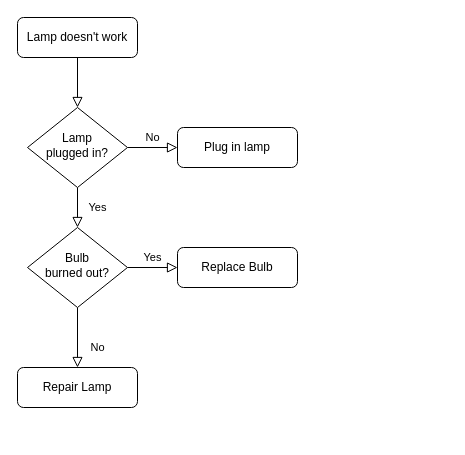
Earlier version of the draw.io diagram Untitled Diagram.drawio (Tay0z/sensoryOverload). Source tidied: cells renumbered, new cells numbered last; positions are measured from the earlier drawing's top-left corner, leaving out a move shared by most shapes. Both pictures are drawn from the tidied source at 100%, with x=0, y=0 at pixel (17, 17).
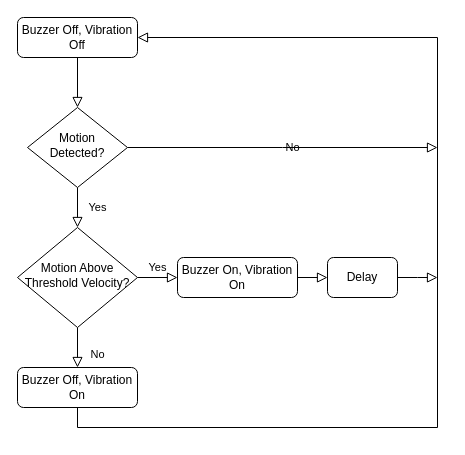
The same page after the edit.

The edit, as a diff of the source:
```diff
@@
 <mxGraphModel>
   <root>
     <mxCell id="0" />
     <mxCell id="1" parent="0" />
     <mxCell id="2" style="rounded=0;html=1;jettySize=auto;fontSize=11;endArrow=block;endFill=0;endSize=8;strokeWidth=1;shadow=0;labelBackgroundColor=none;edgeStyle=orthogonalEdgeStyle;" parent="1" edge="1" source="3" target="6">
       <mxGeometry relative="1" as="geometry" />
     </mxCell>
-    <mxCell id="3" value="Lamp doesn't work" style="rounded=1;whiteSpace=wrap;html=1;fontSize=12;glass=0;strokeWidth=1;shadow=0;" parent="1" vertex="1">
+    <mxCell id="3" value="Buzzer Off, Vibration Off" style="rounded=1;whiteSpace=wrap;html=1;fontSize=12;glass=0;strokeWidth=1;shadow=0;" parent="1" vertex="1">
       <mxGeometry width="120" height="40" as="geometry" />
     </mxCell>
     <mxCell id="4" value="Yes" style="rounded=0;html=1;jettySize=auto;fontSize=11;endArrow=block;endFill=0;endSize=8;strokeWidth=1;shadow=0;labelBackgroundColor=none;edgeStyle=orthogonalEdgeStyle;" parent="1" edge="1" source="6" target="10">
       <mxGeometry y="20" relative="1" as="geometry" />
     </mxCell>
-    <mxCell id="5" value="No" style="edgeStyle=orthogonalEdgeStyle;rounded=0;html=1;jettySize=auto;fontSize=11;endArrow=block;endFill=0;endSize=8;strokeWidth=1;shadow=0;labelBackgroundColor=none;" parent="1" edge="1" source="6" target="7">
-      <mxGeometry y="10" relative="1" as="geometry" />
+    <mxCell id="5" value="No" style="edgeStyle=orthogonalEdgeStyle;rounded=0;html=1;jettySize=auto;fontSize=11;endArrow=block;endFill=0;endSize=8;strokeWidth=1;shadow=0;labelBackgroundColor=none;" parent="1" edge="1" source="6">
+      <mxGeometry y="10" relative="1" as="geometry">
+        <mxPoint x="420" y="130" as="targetPoint" />
+      </mxGeometry>
     </mxCell>
-    <mxCell id="6" value="Lamp&lt;br&gt;plugged in?" style="rhombus;whiteSpace=wrap;html=1;shadow=0;fontFamily=Helvetica;fontSize=12;align=center;strokeWidth=1;spacing=6;spacingTop=-4;" parent="1" vertex="1">
+    <mxCell id="6" value="Motion Detected?" style="rhombus;whiteSpace=wrap;html=1;shadow=0;fontFamily=Helvetica;fontSize=12;align=center;strokeWidth=1;spacing=6;spacingTop=-4;" parent="1" vertex="1">
       <mxGeometry x="10" y="90" width="100" height="80" as="geometry" />
     </mxCell>
-    <mxCell id="7" value="Plug in lamp" style="rounded=1;whiteSpace=wrap;html=1;fontSize=12;glass=0;strokeWidth=1;shadow=0;" parent="1" vertex="1">
-      <mxGeometry x="160" y="110" width="120" height="40" as="geometry" />
-    </mxCell>
     <mxCell id="8" value="No" style="rounded=0;html=1;jettySize=auto;fontSize=11;endArrow=block;endFill=0;endSize=8;strokeWidth=1;shadow=0;labelBackgroundColor=none;edgeStyle=orthogonalEdgeStyle;" parent="1" edge="1" source="10" target="11">
       <mxGeometry x="0.33" y="20" relative="1" as="geometry" />
     </mxCell>
     <mxCell id="9" value="Yes" style="edgeStyle=orthogonalEdgeStyle;rounded=0;html=1;jettySize=auto;fontSize=11;endArrow=block;endFill=0;endSize=8;strokeWidth=1;shadow=0;labelBackgroundColor=none;" parent="1" edge="1" source="10" target="12">
       <mxGeometry y="10" relative="1" as="geometry" />
     </mxCell>
-    <mxCell id="10" value="Bulb&lt;br&gt;burned out?" style="rhombus;whiteSpace=wrap;html=1;shadow=0;fontFamily=Helvetica;fontSize=12;align=center;strokeWidth=1;spacing=6;spacingTop=-4;" parent="1" vertex="1">
-      <mxGeometry x="10" y="210" width="100" height="80" as="geometry" />
+    <mxCell id="10" value="Motion Above Threshold Velocity?" style="rhombus;whiteSpace=wrap;html=1;shadow=0;fontFamily=Helvetica;fontSize=12;align=center;strokeWidth=1;spacing=6;spacingTop=-4;" parent="1" vertex="1">
+      <mxGeometry y="210" width="120" height="100" as="geometry" />
     </mxCell>
-    <mxCell id="11" value="Repair Lamp" style="rounded=1;whiteSpace=wrap;html=1;fontSize=12;glass=0;strokeWidth=1;shadow=0;" parent="1" vertex="1">
+    <mxCell id="11" value="Buzzer Off, Vibration On" style="rounded=1;whiteSpace=wrap;html=1;fontSize=12;glass=0;strokeWidth=1;shadow=0;" parent="1" vertex="1">
       <mxGeometry y="350" width="120" height="40" as="geometry" />
     </mxCell>
-    <mxCell id="12" value="Replace Bulb" style="rounded=1;whiteSpace=wrap;html=1;fontSize=12;glass=0;strokeWidth=1;shadow=0;" parent="1" vertex="1">
-      <mxGeometry x="160" y="230" width="120" height="40" as="geometry" />
+    <mxCell id="12" value="Buzzer On, Vibration On" style="rounded=1;whiteSpace=wrap;html=1;fontSize=12;glass=0;strokeWidth=1;shadow=0;" parent="1" vertex="1">
+      <mxGeometry x="160" y="240" width="120" height="40" as="geometry" />
     </mxCell>
+    <mxCell id="13" style="rounded=0;html=1;jettySize=auto;fontSize=11;endArrow=block;endFill=0;endSize=8;strokeWidth=1;shadow=0;labelBackgroundColor=none;edgeStyle=orthogonalEdgeStyle;exitX=0.5;exitY=1;exitDx=0;exitDy=0;entryX=1;entryY=0.5;entryDx=0;entryDy=0;" parent="1" edge="1" source="11" target="3">
+      <mxGeometry relative="1" as="geometry">
+        <Array as="points">
+          <mxPoint x="60" y="410" />
+          <mxPoint x="420" y="410" />
+          <mxPoint x="420" y="20" />
+        </Array>
+      </mxGeometry>
+    </mxCell>
+    <mxCell id="14" style="rounded=0;html=1;jettySize=auto;fontSize=11;endArrow=block;endFill=0;endSize=8;strokeWidth=1;shadow=0;labelBackgroundColor=none;edgeStyle=orthogonalEdgeStyle;exitX=1;exitY=0.5;exitDx=0;exitDy=0;" parent="1" edge="1" source="12">
+      <mxGeometry relative="1" as="geometry">
+        <mxPoint x="310" y="260" as="targetPoint" />
+      </mxGeometry>
+    </mxCell>
+    <mxCell id="15" value="Delay" style="rounded=1;whiteSpace=wrap;html=1;fontSize=12;glass=0;strokeWidth=1;shadow=0;" parent="1" vertex="1">
+      <mxGeometry x="310" y="240" width="70" height="40" as="geometry" />
+    </mxCell>
+    <mxCell id="16" style="rounded=0;html=1;jettySize=auto;fontSize=11;endArrow=block;endFill=0;endSize=8;strokeWidth=1;shadow=0;labelBackgroundColor=none;edgeStyle=orthogonalEdgeStyle;exitX=1;exitY=0.5;exitDx=0;exitDy=0;" parent="1" edge="1" source="15">
+      <mxGeometry relative="1" as="geometry">
+        <mxPoint x="420" y="260" as="targetPoint" />
+      </mxGeometry>
+    </mxCell>
   </root>
 </mxGraphModel>
```
